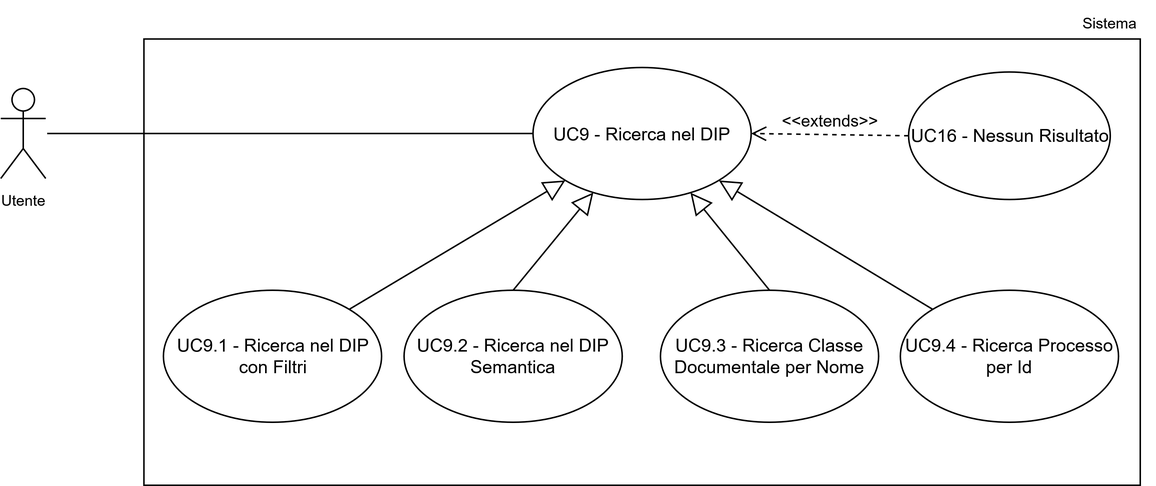
Earlier version of the draw.io export assets/uml/UC9.png (7-ZPUs/Docs). Source tidied: cells renumbered, new cells last; positions are measured from the earlier drawing's top-left corner, leaving out a move shared by most shapes.
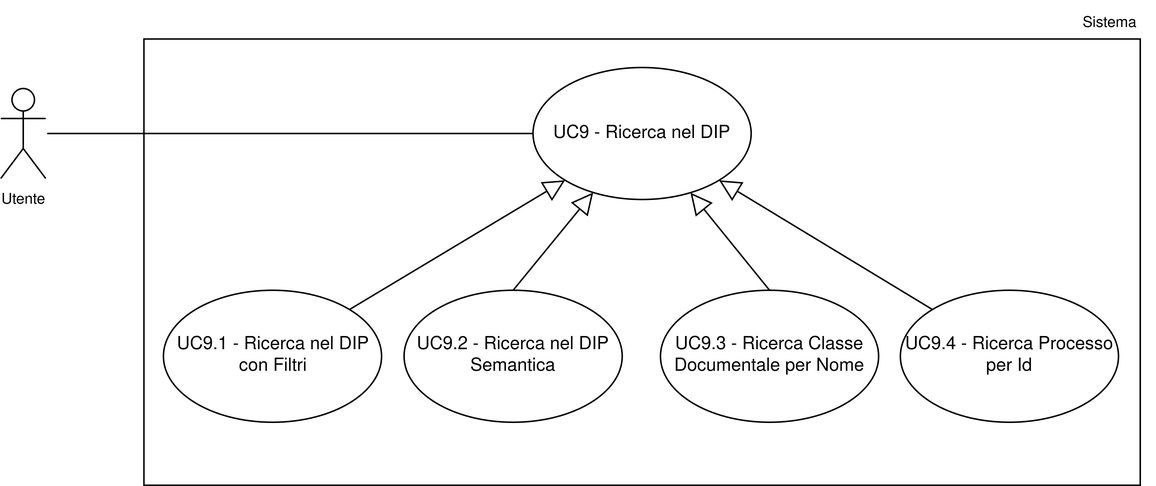
After the commit.

Diff of the diagram source:
```diff
@@ -43,11 +43,5 @@
     <mxCell id="14" style="endArrow=block;endFill=0;endSize=12;html=1;rounded=0;exitX=0;exitY=0;exitDx=0;exitDy=0;entryX=1;entryY=1;entryDx=0;entryDy=0;" parent="1" edge="1" source="9" target="3">
       <mxGeometry relative="1" as="geometry" />
     </mxCell>
-    <mxCell id="15" value="UC16 - Nessun Risultato" style="ellipse;whiteSpace=wrap;html=1;" parent="1" vertex="1">
-      <mxGeometry x="605.5" y="47.5" width="134.5" height="85" as="geometry" />
-    </mxCell>
-    <mxCell id="16" value="&amp;lt;&amp;lt;extends&amp;gt;&amp;gt;" style="html=1;verticalAlign=bottom;endArrow=open;dashed=1;endSize=8;curved=0;rounded=0;endFill=0;exitX=0;exitY=0.5;exitDx=0;exitDy=0;entryX=1;entryY=0.5;entryDx=0;entryDy=0;" parent="1" edge="1" source="15" target="3">
-      <mxGeometry relative="1" as="geometry" />
-    </mxCell>
   </root>
 </mxGraphModel>
```
